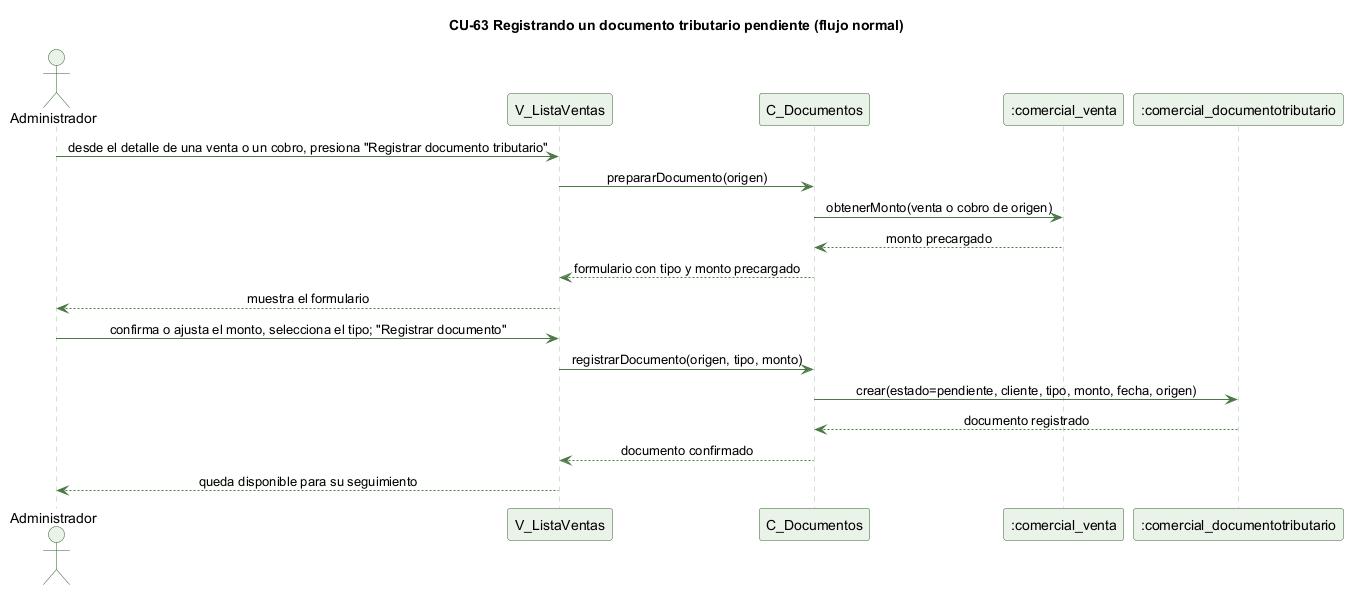
Above: docs/trabajo-grupal/diagramas/secuencias/cu63-documento-tributario-normal.png in kenjikaese/Triverde (PlantUML), before the change.
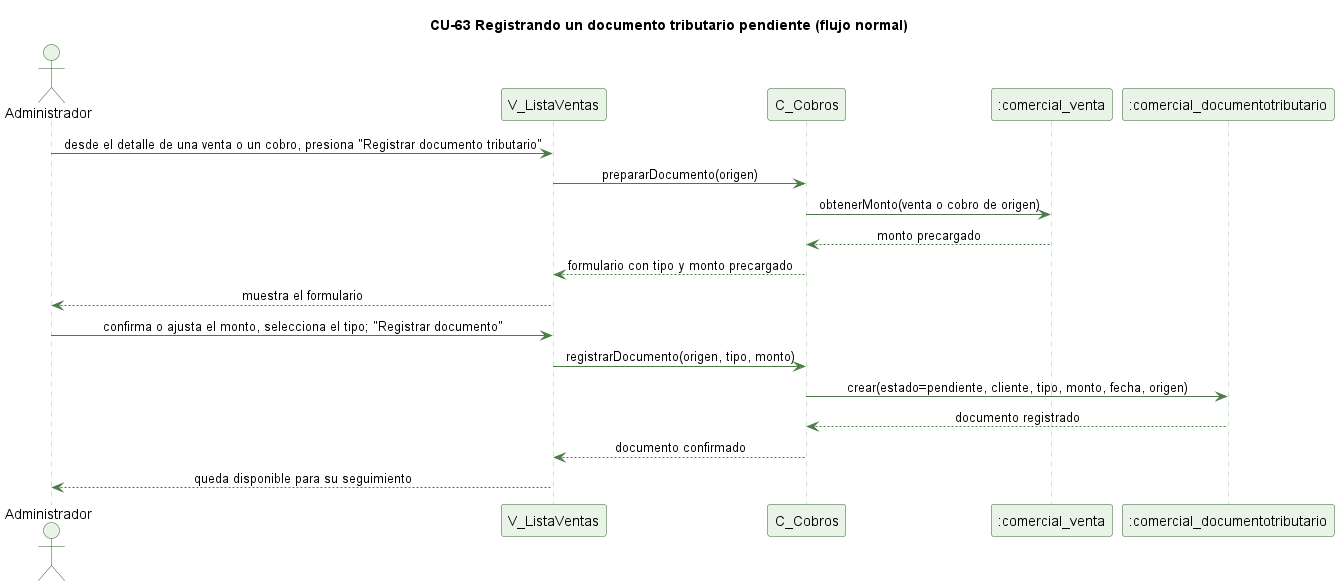
Above is the later version.

The edit, as a diff of the source:
```diff
@@ -14,7 +14,7 @@
 
 actor Administrador
 participant "V_ListaVentas" as V
-participant "C_Documentos" as C
+participant "C_Cobros" as C
 participant ":comercial_venta" as VT
 participant ":comercial_documentotributario" as DT
 
```
